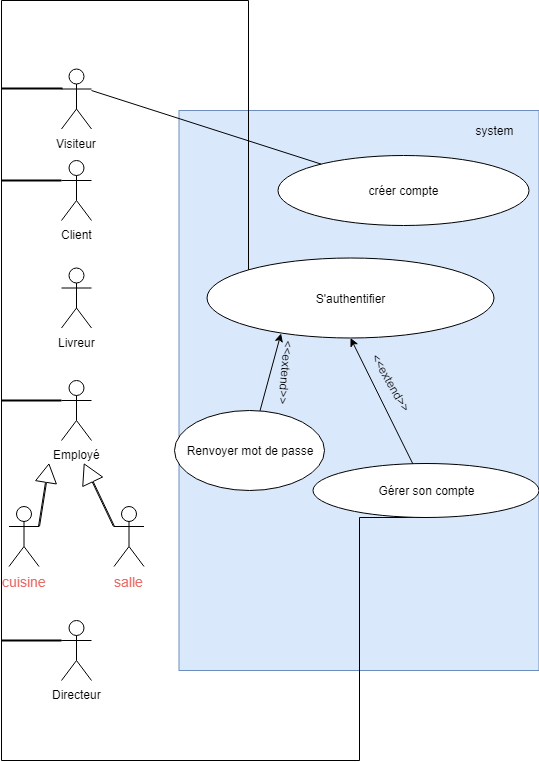
The draw.io diagram uml/authentifier.png in Mcflan-7/P04_oc-pizza, before a commit. Source tidied: cells renumbered, new cells last; positions are measured from the earlier drawing's top-left corner, leaving out a move shared by most shapes.
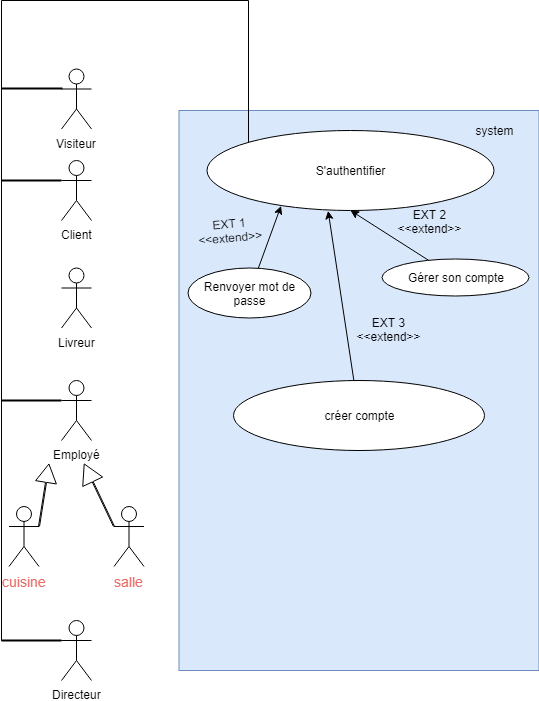
The same file after the commit.

What changed in the source:
```diff
@@ -17,10 +17,10 @@
       </mxGeometry>
     </mxCell>
     <mxCell id="5" value="S'authentifier" style="ellipse;whiteSpace=wrap;html=1;" parent="1" vertex="1">
-      <mxGeometry x="205.5" y="257.5" width="287" height="80" as="geometry" />
+      <mxGeometry x="205.5" y="130" width="287" height="80" as="geometry" />
     </mxCell>
     <mxCell id="6" value="Renvoyer mot de passe" style="ellipse;whiteSpace=wrap;html=1;" parent="1" vertex="1">
-      <mxGeometry x="173" y="410" width="150" height="80" as="geometry" />
+      <mxGeometry x="186.5" y="267.5" width="123" height="50" as="geometry" />
     </mxCell>
     <mxCell id="7" style="endArrow=classic;html=1;strokeWidth=1;endFill=1;entryX=0.258;entryY=0.943;entryDx=0;entryDy=0;entryPerimeter=0;" parent="1" edge="1" source="6" target="5">
       <mxGeometry relative="1" as="geometry" />
@@ -90,34 +90,26 @@
         <mxPoint as="targetPoint" />
       </mxGeometry>
     </mxCell>
-    <mxCell id="23" value="&amp;lt;&amp;lt;extend&amp;gt;&amp;gt;" style="text;html=1;strokeColor=none;fillColor=none;align=center;verticalAlign=middle;whiteSpace=wrap;rounded=0;rotation=95;" parent="1" vertex="1">
-      <mxGeometry x="265" y="362" width="40" height="20" as="geometry" />
+    <mxCell id="23" value="EXT 1 &amp;lt;&amp;lt;extend&amp;gt;&amp;gt;" style="text;html=1;strokeColor=none;fillColor=none;align=center;verticalAlign=middle;whiteSpace=wrap;rounded=0;rotation=-5;" parent="1" vertex="1">
+      <mxGeometry x="208" y="220" width="40" height="20" as="geometry" />
     </mxCell>
-    <mxCell id="24" style="edgeStyle=orthogonalEdgeStyle;rounded=0;jettySize=auto;html=1;exitX=0.5;exitY=1;exitDx=0;exitDy=0;endArrow=none;endFill=0;strokeWidth=1;" parent="1" edge="1" source="25">
-      <mxGeometry relative="1" as="geometry">
-        <mxPoint y="640" as="targetPoint" />
-        <Array as="points">
-          <mxPoint x="358" y="760" />
-          <mxPoint y="760" />
-        </Array>
-      </mxGeometry>
-    </mxCell>
     <mxCell id="25" value="Gérer son compte" style="ellipse;whiteSpace=wrap;html=1;" parent="1" vertex="1">
-      <mxGeometry x="311.5" y="463" width="226" height="54" as="geometry" />
+      <mxGeometry x="380.5" y="258.5" width="147" height="37" as="geometry" />
     </mxCell>
     <mxCell id="26" style="endArrow=classic;html=1;strokeWidth=1;entryX=0.5;entryY=1;entryDx=0;entryDy=0;startArrow=none;startFill=0;endFill=1;" parent="1" edge="1" source="25" target="5">
       <mxGeometry relative="1" as="geometry" />
     </mxCell>
-    <mxCell id="27" value="&amp;lt;&amp;lt;extend&amp;gt;&amp;gt;" style="text;html=1;strokeColor=none;fillColor=none;align=center;verticalAlign=middle;whiteSpace=wrap;rounded=0;rotation=60;" parent="1" vertex="1">
-      <mxGeometry x="370" y="372" width="40" height="20" as="geometry" />
+    <mxCell id="27" value="EXT 2 &amp;lt;&amp;lt;extend&amp;gt;&amp;gt;" style="text;html=1;strokeColor=none;fillColor=none;align=center;verticalAlign=middle;whiteSpace=wrap;rounded=0;rotation=0;" parent="1" vertex="1">
+      <mxGeometry x="398.5" y="190" width="59" height="62" as="geometry" />
     </mxCell>
     <mxCell id="28" value="créer compte" style="ellipse;whiteSpace=wrap;html=1;" parent="1" vertex="1">
-      <mxGeometry x="276.5" y="155" width="251" height="70" as="geometry" />
+      <mxGeometry x="232" y="380" width="251" height="70" as="geometry" />
     </mxCell>
-    <mxCell id="29" style="endArrow=none;html=1;" parent="1" edge="1" target="28">
-      <mxGeometry relative="1" as="geometry">
-        <mxPoint x="90" y="90" as="sourcePoint" />
-      </mxGeometry>
-    </mxCell>
+    <mxCell id="30" style="endArrow=classic;html=1;strokeWidth=1;entryX=0.422;entryY=1.004;entryDx=0;entryDy=0;startArrow=none;startFill=0;endFill=1;entryPerimeter=0;" parent="1" edge="1" source="28" target="5">
+      <mxGeometry relative="1" as="geometry" />
+    </mxCell>
+    <mxCell id="31" value="EXT 3 &amp;lt;&amp;lt;extend&amp;gt;&amp;gt;" style="text;html=1;strokeColor=none;fillColor=none;align=center;verticalAlign=middle;whiteSpace=wrap;rounded=0;rotation=0;" parent="1" vertex="1">
+      <mxGeometry x="357.5" y="297.5" width="59" height="62" as="geometry" />
+    </mxCell>
   </root>
 </mxGraphModel>
```
